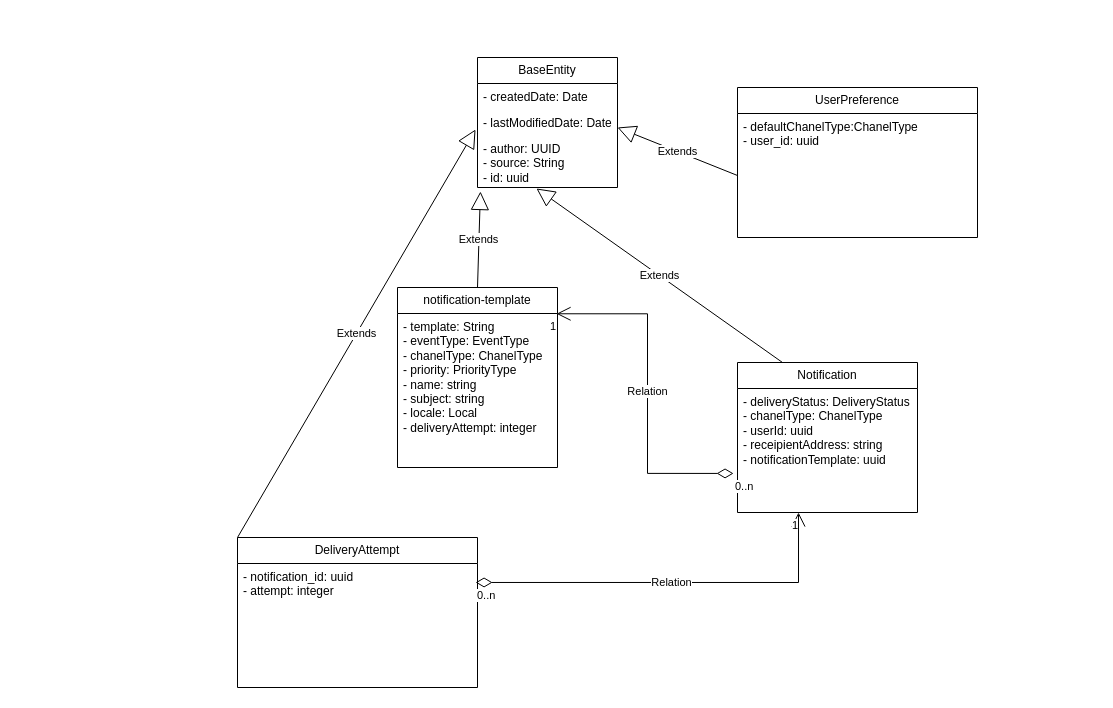
Earlier version of the draw.io diagram documents/domenModel.drawio (kurbanovfarkhad/scarlet_notification_service). Source tidied: cells renumbered, new cells numbered last; positions are measured from the earlier drawing's top-left corner, leaving out a move shared by most shapes. Both pictures are drawn from the tidied source at 100%, with x=0, y=0 at pixel (237, 57).
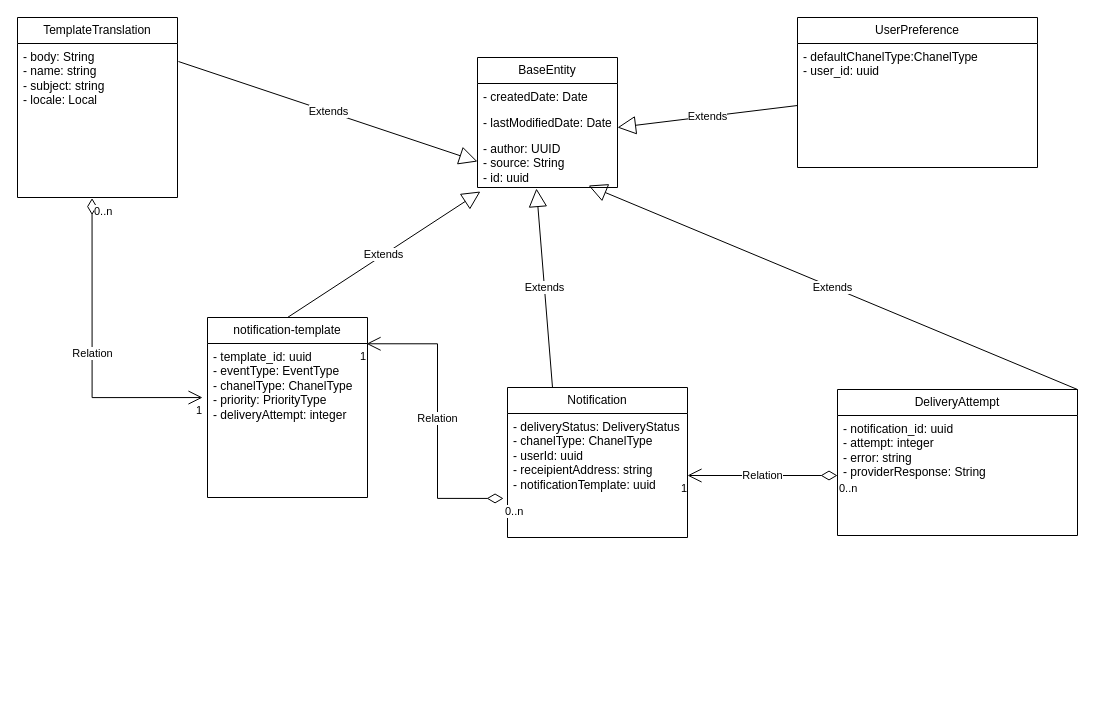
After the change.

Commit message (it also covers changes not shown here):
class diagramm

Unchanged cells that the change refers to:
```xml
<mxCell id="6" value="- lastModifiedDate: Date" style="text;strokeColor=none;fillColor=none;align=left;verticalAlign=top;spacingLeft=4;spacingRight=4;overflow=hidden;points=[[0,0.5],[1,0.5]];portConstraint=eastwest;whiteSpace=wrap;html=1;" parent="4" vertex="1">
  <mxGeometry y="52" width="140" height="26" as="geometry" />
</mxCell>
<mxCell id="7" value="- author: UUID&lt;div&gt;- source: String&lt;/div&gt;&lt;div&gt;- id: uuid&lt;/div&gt;" style="text;strokeColor=none;fillColor=none;align=left;verticalAlign=top;spacingLeft=4;spacingRight=4;overflow=hidden;points=[[0,0.5],[1,0.5]];portConstraint=eastwest;whiteSpace=wrap;html=1;" parent="4" vertex="1">
  <mxGeometry y="78" width="140" height="52" as="geometry" />
</mxCell>
<mxCell id="10" value="- deliveryStatus: DeliveryStatus&lt;div&gt;- chanelType:&amp;nbsp;&lt;span style=&quot;background-color: transparent; color: light-dark(rgb(0, 0, 0), rgb(255, 255, 255));&quot;&gt;ChanelType&lt;/span&gt;&lt;/div&gt;&lt;div&gt;- userId: uuid&lt;/div&gt;&lt;div&gt;- receipientAddress: string&lt;/div&gt;&lt;div&gt;- notificationTemplate: uuid&lt;/div&gt;" style="text;strokeColor=none;fillColor=none;align=left;verticalAlign=top;spacingLeft=4;spacingRight=4;overflow=hidden;points=[[0,0.5],[1,0.5]];portConstraint=eastwest;whiteSpace=wrap;html=1;" parent="9" vertex="1">
  <mxGeometry y="26" width="180" height="124" as="geometry" />
</mxCell>
```

The edit, as a diff of the source:
```diff
@@
     <mxCell id="2" value="notification-template" style="swimlane;fontStyle=0;horizontal=1;startSize=26;fillColor=none;whiteSpace=wrap;html=1;" parent="1" vertex="1">
-      <mxGeometry x="160" y="230" width="160" height="180" as="geometry" />
+      <mxGeometry x="-30" y="260" width="160" height="180" as="geometry" />
     </mxCell>
-    <mxCell id="3" value="- template: String&lt;div&gt;- eventType: EventType&lt;/div&gt;&lt;div&gt;- chanelType: ChanelType&lt;/div&gt;&lt;div&gt;- priority: PriorityType&lt;/div&gt;&lt;div&gt;- name: string&lt;/div&gt;&lt;div&gt;- subject: string&lt;/div&gt;&lt;div&gt;- locale: Local&lt;/div&gt;&lt;div&gt;- deliveryAttempt: integer&lt;/div&gt;" style="text;strokeColor=none;fillColor=none;align=left;verticalAlign=top;spacingLeft=4;spacingRight=4;overflow=hidden;points=[[0,0.5],[1,0.5]];portConstraint=eastwest;whiteSpace=wrap;html=1;" parent="2" vertex="1">
+    <mxCell id="3" value="- template_id: uuid&lt;div&gt;- eventType: EventType&lt;/div&gt;&lt;div&gt;- chanelType: ChanelType&lt;/div&gt;&lt;div&gt;- priority: PriorityType&lt;/div&gt;&lt;div&gt;- deliveryAttempt: integer&lt;/div&gt;" style="text;strokeColor=none;fillColor=none;align=left;verticalAlign=top;spacingLeft=4;spacingRight=4;overflow=hidden;points=[[0,0.5],[1,0.5]];portConstraint=eastwest;whiteSpace=wrap;html=1;" parent="2" vertex="1">
       <mxGeometry y="26" width="160" height="154" as="geometry" />
     </mxCell>
@@
     <mxCell id="9" value="Notification" style="swimlane;fontStyle=0;horizontal=1;startSize=26;fillColor=none;whiteSpace=wrap;html=1;" parent="1" vertex="1">
-      <mxGeometry x="500" y="305" width="180" height="150" as="geometry" />
+      <mxGeometry x="270" y="330" width="180" height="150" as="geometry" />
     </mxCell>
@@
     <mxCell id="15" value="UserPreference" style="swimlane;fontStyle=0;horizontal=1;startSize=26;fillColor=none;whiteSpace=wrap;html=1;" parent="1" vertex="1">
-      <mxGeometry x="500" y="30" width="240" height="150" as="geometry" />
+      <mxGeometry x="560" y="-40" width="240" height="150" as="geometry" />
     </mxCell>
@@
     <mxCell id="18" value="DeliveryAttempt" style="swimlane;fontStyle=0;horizontal=1;startSize=26;fillColor=none;whiteSpace=wrap;html=1;" parent="1" vertex="1">
-      <mxGeometry y="480" width="240" height="150" as="geometry" />
+      <mxGeometry x="600" y="332" width="240" height="146" as="geometry" />
     </mxCell>
-    <mxCell id="19" value="&lt;div&gt;- notification_id: uuid&lt;/div&gt;&lt;div&gt;- attempt: integer&lt;/div&gt;" style="text;strokeColor=none;fillColor=none;align=left;verticalAlign=top;spacingLeft=4;spacingRight=4;overflow=hidden;points=[[0,0.5],[1,0.5]];portConstraint=eastwest;whiteSpace=wrap;html=1;" parent="18" vertex="1">
-      <mxGeometry y="26" width="240" height="124" as="geometry" />
+    <mxCell id="19" value="&lt;div&gt;- notification_id: uuid&lt;/div&gt;&lt;div&gt;- attempt: integer&lt;/div&gt;&lt;div&gt;- error: string&lt;/div&gt;&lt;div&gt;- providerResponse: String&lt;/div&gt;" style="text;strokeColor=none;fillColor=none;align=left;verticalAlign=top;spacingLeft=4;spacingRight=4;overflow=hidden;points=[[0,0.5],[1,0.5]];portConstraint=eastwest;whiteSpace=wrap;html=1;" parent="18" vertex="1">
+      <mxGeometry y="26" width="240" height="120" as="geometry" />
     </mxCell>
-    <mxCell id="20" value="Extends" style="endArrow=block;endSize=16;endFill=0;html=1;rounded=0;entryX=-0.014;entryY=0.769;entryDx=0;entryDy=0;entryPerimeter=0;exitX=0;exitY=0;exitDx=0;exitDy=0;" parent="1" edge="1" source="18" target="6">
+    <mxCell id="20" value="Extends" style="endArrow=block;endSize=16;endFill=0;html=1;rounded=0;entryX=0.793;entryY=0.962;entryDx=0;entryDy=0;entryPerimeter=0;exitX=1;exitY=0;exitDx=0;exitDy=0;" parent="1" edge="1" source="18" target="7">
       <mxGeometry relative="1" as="geometry" />
     </mxCell>
-    <mxCell id="21" value="Relation" style="endArrow=open;html=1;endSize=12;startArrow=diamondThin;startSize=14;startFill=0;edgeStyle=orthogonalEdgeStyle;rounded=0;exitX=0.992;exitY=0.153;exitDx=0;exitDy=0;entryX=0.339;entryY=1;entryDx=0;entryDy=0;entryPerimeter=0;exitPerimeter=0;" parent="1" edge="1" source="19" target="10">
+    <mxCell id="21" value="Relation" style="endArrow=open;html=1;endSize=12;startArrow=diamondThin;startSize=14;startFill=0;edgeStyle=orthogonalEdgeStyle;rounded=0;entryX=1;entryY=0.5;entryDx=0;entryDy=0;" parent="1" edge="1" source="19" target="10">
       <mxGeometry relative="1" as="geometry" />
     </mxCell>
@@
+    <mxCell id="24" value="TemplateTranslation" style="swimlane;fontStyle=0;horizontal=1;startSize=26;fillColor=none;whiteSpace=wrap;html=1;" parent="1" vertex="1">
+      <mxGeometry x="-220" y="-40" width="160" height="180" as="geometry" />
+    </mxCell>
+    <mxCell id="25" value="- body: String&lt;div&gt;&lt;span style=&quot;background-color: transparent; color: light-dark(rgb(0, 0, 0), rgb(255, 255, 255));&quot;&gt;- name: string&lt;/span&gt;&lt;div&gt;- subject: string&lt;/div&gt;&lt;div&gt;- locale: Local&lt;/div&gt;&lt;/div&gt;" style="text;strokeColor=none;fillColor=none;align=left;verticalAlign=top;spacingLeft=4;spacingRight=4;overflow=hidden;points=[[0,0.5],[1,0.5]];portConstraint=eastwest;whiteSpace=wrap;html=1;" parent="24" vertex="1">
+      <mxGeometry y="26" width="160" height="154" as="geometry" />
+    </mxCell>
+    <mxCell id="26" value="Relation" style="endArrow=open;html=1;endSize=12;startArrow=diamondThin;startSize=14;startFill=0;edgeStyle=orthogonalEdgeStyle;rounded=0;exitX=0.466;exitY=1.004;exitDx=0;exitDy=0;exitPerimeter=0;entryX=-0.031;entryY=0.351;entryDx=0;entryDy=0;entryPerimeter=0;" parent="1" edge="1" source="25" target="3">
+      <mxGeometry relative="1" as="geometry" />
+    </mxCell>
+    <mxCell id="27" value="0..n" style="edgeLabel;html=1;align=left;verticalAlign=top;" parent="26" vertex="1">
+      <mxGeometry x="-1" relative="1" as="geometry" />
+    </mxCell>
+    <mxCell id="28" value="1" style="edgeLabel;html=1;align=right;verticalAlign=top;" parent="26" vertex="1">
+      <mxGeometry x="1" relative="1" as="geometry" />
+    </mxCell>
+    <mxCell id="29" value="Extends" style="endArrow=block;endSize=16;endFill=0;html=1;rounded=0;entryX=0;entryY=0.5;entryDx=0;entryDy=0;exitX=1.006;exitY=0.117;exitDx=0;exitDy=0;exitPerimeter=0;" parent="1" edge="1" source="25" target="7">
+      <mxGeometry relative="1" as="geometry" />
+    </mxCell>
```
